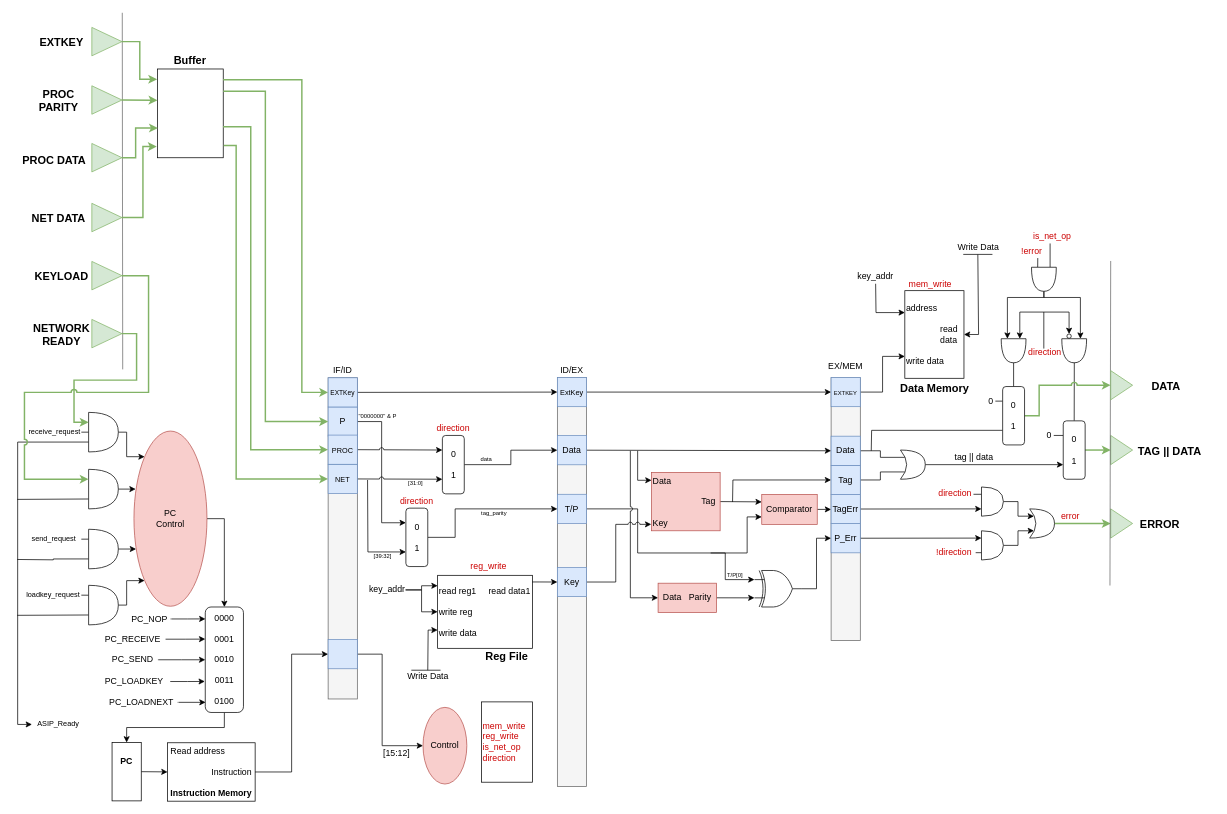
The draw.io diagram overall.drawio in featherbear/UNSW-COMP3211, before the edit. Source tidied: cells renumbered, new cells numbered last; positions are measured from the earlier drawing's top-left corner, leaving out a move shared by most shapes. Both pictures are drawn from the tidied source at 73%, with x=0, y=0 at pixel (17, 12).
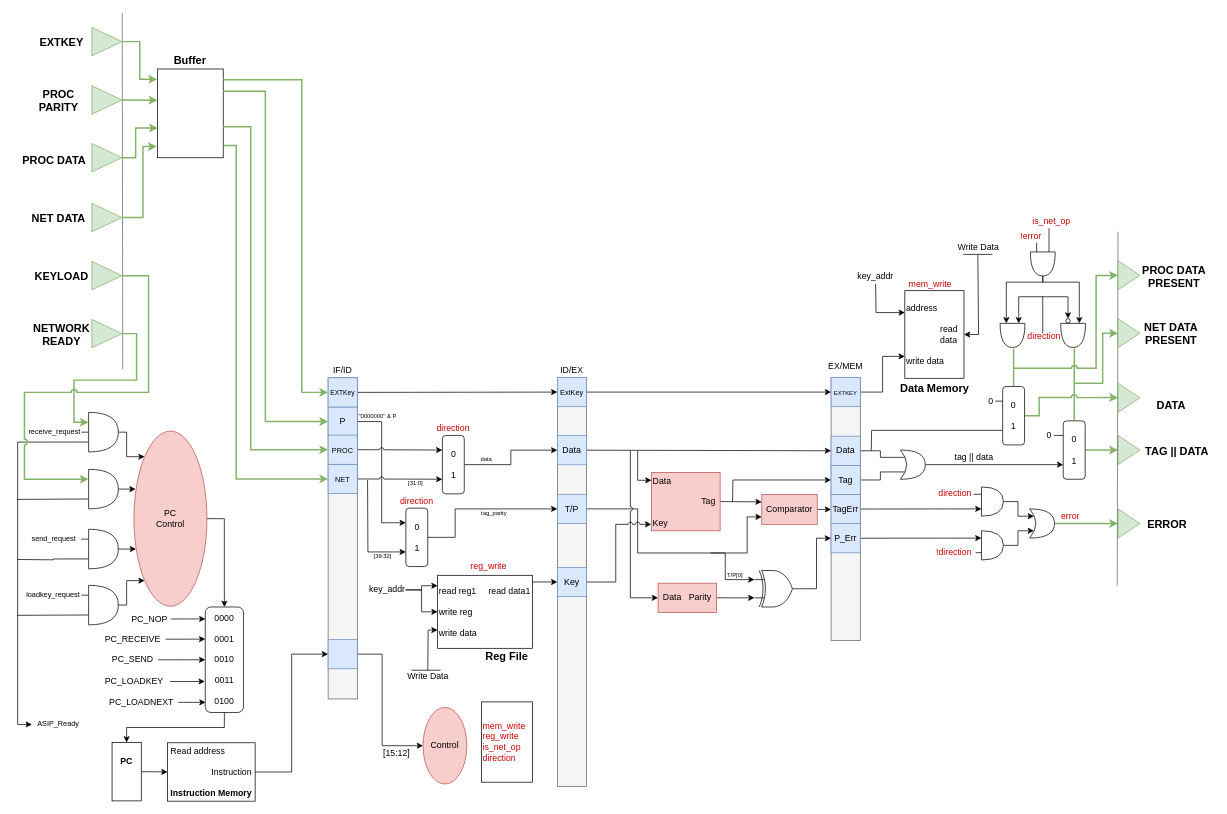
After the change.

Commit message:
pls let this be the last one

The change refers to these unchanged cells:
```xml
<mxCell id="67" value="&lt;div&gt;0&lt;/div&gt;&lt;div&gt;&lt;br&gt;&lt;/div&gt;&lt;div&gt;1&lt;/div&gt;" style="rounded=1;whiteSpace=wrap;html=1;align=center;" parent="1" vertex="1">
  <mxGeometry x="1433" y="559" width="30" height="80" as="geometry" />
</mxCell>
<mxCell id="176" value="&lt;div&gt;0&lt;/div&gt;&lt;div&gt;&lt;br&gt;&lt;/div&gt;&lt;div&gt;1&lt;/div&gt;" style="rounded=1;whiteSpace=wrap;html=1;align=center;" parent="1" vertex="1">
  <mxGeometry x="1350" y="512" width="30" height="80" as="geometry" />
</mxCell>
```

Change to the diagram source:
```diff
@@
     <mxCell id="25" value="&lt;font style=&quot;font-size: 15px&quot;&gt;&lt;b&gt;ERROR&lt;/b&gt;&lt;/font&gt;" style="text;html=1;strokeColor=none;fillColor=none;align=center;verticalAlign=middle;whiteSpace=wrap;rounded=0;" parent="1" vertex="1">
-      <mxGeometry x="1528" y="689.6" width="75" height="20" as="geometry" />
+      <mxGeometry x="1538" y="689.6" width="75" height="20" as="geometry" />
     </mxCell>
@@
     <mxCell id="58" style="triangle;whiteSpace=wrap;html=1;fillColor=#d5e8d4;strokeColor=#82b366;" parent="1" vertex="1">
-      <mxGeometry x="1498" y="579" width="30" height="40" as="geometry" />
+      <mxGeometry x="1508" y="579" width="30" height="40" as="geometry" />
     </mxCell>
     <mxCell id="59" style="triangle;whiteSpace=wrap;html=1;fillColor=#d5e8d4;strokeColor=#82b366;" parent="1" vertex="1">
-      <mxGeometry x="1498" y="679.6" width="30" height="40" as="geometry" />
+      <mxGeometry x="1508" y="679.6" width="30" height="40" as="geometry" />
     </mxCell>
     <mxCell id="60" value="&lt;b&gt;&lt;font style=&quot;font-size: 15px&quot;&gt;TAG || DATA&lt;/font&gt;&lt;/b&gt;" style="text;html=1;strokeColor=none;fillColor=none;align=center;verticalAlign=middle;whiteSpace=wrap;rounded=0;" parent="1" vertex="1">
-      <mxGeometry x="1528" y="585" width="102" height="30" as="geometry" />
+      <mxGeometry x="1538" y="585" width="102" height="30" as="geometry" />
     </mxCell>
@@
-    <mxCell id="66" style="edgeStyle=orthogonalEdgeStyle;rounded=0;jumpStyle=arc;jettySize=auto;html=1;exitX=0.5;exitY=0;exitDx=0;exitDy=0;startArrow=none;startFill=0;endArrow=none;endFill=0;strokeColor=#000000;strokeWidth=1;fontSize=8;" parent="1" edge="1" source="67">
+    <mxCell id="66" style="edgeStyle=orthogonalEdgeStyle;rounded=0;jumpStyle=arc;jettySize=auto;html=1;exitX=0.5;exitY=0;exitDx=0;exitDy=0;startArrow=none;startFill=0;endArrow=none;endFill=0;strokeColor=#82b366;strokeWidth=2;fontSize=8;fillColor=#d5e8d4;" parent="1" edge="1" source="67">
       <mxGeometry relative="1" as="geometry">
         <mxPoint x="1448.2" y="460" as="targetPoint" />
       </mxGeometry>
     </mxCell>
@@
     <mxCell id="68" value="&lt;font color=&quot;#cc0000&quot;&gt;!error&lt;br&gt;&lt;/font&gt;" style="text;html=1;strokeColor=none;fillColor=none;align=center;verticalAlign=middle;whiteSpace=wrap;rounded=0;" parent="1" vertex="1">
-      <mxGeometry x="1370" y="317.1" width="40" height="20" as="geometry" />
+      <mxGeometry x="1368.5" y="296.1" width="40" height="20" as="geometry" />
     </mxCell>
@@
     <mxCell id="74" style="endArrow=none;html=1;strokeWidth=1;fillColor=#f5f5f5;strokeColor=#666666;" parent="1" edge="1">
       <mxGeometry relative="1" as="geometry">
-        <mxPoint x="1497" y="784.6" as="sourcePoint" />
-        <mxPoint x="1498" y="340" as="targetPoint" />
+        <mxPoint x="1507" y="784.6" as="sourcePoint" />
+        <mxPoint x="1508" y="300" as="targetPoint" />
       </mxGeometry>
     </mxCell>
@@
     <mxCell id="168" value="&lt;font color=&quot;#cc0000&quot;&gt;is_net_op&lt;br&gt;&lt;/font&gt;" style="text;html=1;strokeColor=none;fillColor=none;align=center;verticalAlign=middle;whiteSpace=wrap;rounded=0;" parent="1" vertex="1">
-      <mxGeometry x="1398" y="297.1" width="40" height="20" as="geometry" />
+      <mxGeometry x="1396.5" y="276.1" width="40" height="20" as="geometry" />
     </mxCell>
@@
     <mxCell id="170" style="triangle;whiteSpace=wrap;html=1;fillColor=#d5e8d4;strokeColor=#82b366;" parent="1" vertex="1">
-      <mxGeometry x="1498" y="490.2" width="30" height="40" as="geometry" />
+      <mxGeometry x="1508" y="507.4" width="30" height="40" as="geometry" />
     </mxCell>
-    <mxCell id="171" value="&lt;b&gt;&lt;font style=&quot;font-size: 15px&quot;&gt;DATA&lt;/font&gt;&lt;/b&gt;" style="text;html=1;strokeColor=none;fillColor=none;align=center;verticalAlign=middle;whiteSpace=wrap;rounded=0;" parent="1" vertex="1">
-      <mxGeometry x="1523" y="495.7" width="102" height="30" as="geometry" />
+    <mxCell id="171" value="&lt;b&gt;&lt;font style=&quot;font-size: 15px&quot;&gt;NET DATA PRESENT&lt;/font&gt;&lt;/b&gt;" style="text;html=1;strokeColor=none;fillColor=none;align=center;verticalAlign=middle;whiteSpace=wrap;rounded=0;" parent="1" vertex="1">
+      <mxGeometry x="1530" y="424" width="102" height="30" as="geometry" />
     </mxCell>
@@
     <mxCell id="174" style="edgeStyle=orthogonalEdgeStyle;rounded=0;jumpStyle=arc;jettySize=auto;html=1;exitX=1;exitY=0.5;exitDx=0;exitDy=0;entryX=0;entryY=0.5;entryDx=0;entryDy=0;startArrow=none;startFill=0;endArrow=classic;endFill=1;strokeColor=#82b366;strokeWidth=2;fontSize=8;fillColor=#d5e8d4;" parent="1" edge="1" source="176" target="170">
       <mxGeometry relative="1" as="geometry">
         <Array as="points">
           <mxPoint x="1400" y="552" />
-          <mxPoint x="1400" y="510" />
+          <mxPoint x="1400" y="527" />
+          <mxPoint x="1498" y="527" />
         </Array>
       </mxGeometry>
     </mxCell>
-    <mxCell id="175" style="edgeStyle=orthogonalEdgeStyle;rounded=0;jumpStyle=arc;jettySize=auto;html=1;exitX=0.5;exitY=0;exitDx=0;exitDy=0;startArrow=none;startFill=0;endArrow=none;endFill=0;strokeColor=#000000;strokeWidth=1;fontSize=8;" parent="1" edge="1" source="176">
+    <mxCell id="175" style="edgeStyle=orthogonalEdgeStyle;rounded=0;jumpStyle=arc;jettySize=auto;html=1;exitX=0.5;exitY=0;exitDx=0;exitDy=0;startArrow=none;startFill=0;endArrow=none;endFill=0;strokeColor=#82b366;strokeWidth=2;fontSize=8;fillColor=#d5e8d4;" parent="1" edge="1" source="176">
       <mxGeometry relative="1" as="geometry">
         <mxPoint x="1365" y="460" as="targetPoint" />
       </mxGeometry>
     </mxCell>
@@
     <mxCell id="178" style="edgeStyle=orthogonalEdgeStyle;rounded=0;jumpStyle=arc;jettySize=auto;html=1;exitX=0;exitY=0.75;exitDx=0;exitDy=0;exitPerimeter=0;entryX=1;entryY=0.5;entryDx=0;entryDy=0;entryPerimeter=0;startArrow=classic;startFill=1;endArrow=none;endFill=0;strokeColor=#000000;strokeWidth=1;fontSize=8;" parent="1" edge="1" source="180" target="186">
       <mxGeometry relative="1" as="geometry">
         <Array as="points">
-          <mxPoint x="1356" y="390" />
-          <mxPoint x="1406" y="390" />
+          <mxPoint x="1354.5" y="369" />
+          <mxPoint x="1404.5" y="369" />
         </Array>
       </mxGeometry>
     </mxCell>
     <mxCell id="179" style="edgeStyle=orthogonalEdgeStyle;rounded=0;jumpStyle=arc;jettySize=auto;html=1;exitX=0;exitY=0.25;exitDx=0;exitDy=0;exitPerimeter=0;entryX=0.5;entryY=0;entryDx=0;entryDy=0;startArrow=classic;startFill=1;endArrow=classic;endFill=1;strokeColor=#000000;strokeWidth=1;fontSize=8;" parent="1" edge="1" source="180" target="182">
       <mxGeometry relative="1" as="geometry">
         <Array as="points">
-          <mxPoint x="1374" y="410" />
-          <mxPoint x="1441" y="410" />
+          <mxPoint x="1372.5" y="389" />
+          <mxPoint x="1439.5" y="389" />
         </Array>
       </mxGeometry>
     </mxCell>
     <mxCell id="180" style="shape=or;whiteSpace=wrap;html=1;strokeColor=#000000;fontSize=8;rotation=90;" parent="1" vertex="1">
-      <mxGeometry x="1348.5" y="446" width="33" height="34" as="geometry" />
+      <mxGeometry x="1347" y="425" width="33" height="34" as="geometry" />
     </mxCell>
     <mxCell id="181" style="shape=or;whiteSpace=wrap;html=1;strokeColor=#000000;fontSize=8;rotation=90;" parent="1" vertex="1">
-      <mxGeometry x="1431.5" y="446" width="33" height="34" as="geometry" />
+      <mxGeometry x="1430" y="425" width="33" height="34" as="geometry" />
     </mxCell>
     <mxCell id="182" style="ellipse;whiteSpace=wrap;html=1;strokeColor=#000000;fontSize=8;" parent="1" vertex="1">
-      <mxGeometry x="1438" y="440" width="6" height="6" as="geometry" />
+      <mxGeometry x="1436.5" y="419" width="6" height="6" as="geometry" />
     </mxCell>
     <mxCell id="183" style="edgeStyle=orthogonalEdgeStyle;rounded=0;jumpStyle=arc;jettySize=auto;html=1;exitX=0;exitY=0.75;exitDx=0;exitDy=0;exitPerimeter=0;startArrow=none;startFill=0;endArrow=none;endFill=0;strokeColor=#000000;strokeWidth=1;fontSize=8;" parent="1" edge="1" source="186">
       <mxGeometry relative="1" as="geometry">
-        <mxPoint x="1398.1" y="336" as="targetPoint" />
+        <mxPoint x="1396.6" y="315" as="targetPoint" />
       </mxGeometry>
     </mxCell>
     <mxCell id="184" style="edgeStyle=orthogonalEdgeStyle;rounded=0;jumpStyle=arc;jettySize=auto;html=1;exitX=0;exitY=0.25;exitDx=0;exitDy=0;exitPerimeter=0;startArrow=none;startFill=0;endArrow=none;endFill=0;strokeColor=#000000;strokeWidth=1;fontSize=8;" parent="1" edge="1" source="186">
       <mxGeometry relative="1" as="geometry">
-        <mxPoint x="1415" y="316" as="targetPoint" />
+        <mxPoint x="1413.5" y="295" as="targetPoint" />
       </mxGeometry>
     </mxCell>
     <mxCell id="185" style="edgeStyle=orthogonalEdgeStyle;rounded=0;jumpStyle=arc;jettySize=auto;html=1;exitX=1;exitY=0.5;exitDx=0;exitDy=0;exitPerimeter=0;entryX=0;entryY=0.25;entryDx=0;entryDy=0;entryPerimeter=0;startArrow=none;startFill=0;endArrow=classic;endFill=1;strokeColor=#000000;strokeWidth=1;fontSize=8;" parent="1" edge="1" source="186" target="181">
       <mxGeometry relative="1" as="geometry">
         <Array as="points">
-          <mxPoint x="1406" y="390" />
-          <mxPoint x="1456" y="390" />
+          <mxPoint x="1404.5" y="369" />
+          <mxPoint x="1454.5" y="369" />
         </Array>
       </mxGeometry>
     </mxCell>
     <mxCell id="186" style="shape=or;whiteSpace=wrap;html=1;strokeColor=#000000;fontSize=8;rotation=90;" parent="1" vertex="1">
-      <mxGeometry x="1390" y="348.1" width="33" height="34" as="geometry" />
+      <mxGeometry x="1388.5" y="327.1" width="33" height="34" as="geometry" />
     </mxCell>
     <mxCell id="187" style="endArrow=none;html=1;strokeColor=#000000;strokeWidth=1;fontSize=8;" parent="1" edge="1">
       <mxGeometry relative="1" as="geometry">
-        <mxPoint x="1406.4" y="460" as="sourcePoint" />
-        <mxPoint x="1406.4" y="410" as="targetPoint" />
+        <mxPoint x="1404.9" y="439" as="sourcePoint" />
+        <mxPoint x="1404.9" y="389" as="targetPoint" />
       </mxGeometry>
     </mxCell>
     <mxCell id="188" value="&lt;font color=&quot;#cc0000&quot;&gt;direction&lt;/font&gt;" style="text;html=1;strokeColor=none;fillColor=none;align=center;verticalAlign=middle;whiteSpace=wrap;rounded=0;" parent="1" vertex="1">
-      <mxGeometry x="1383" y="455" width="50" height="20" as="geometry" />
+      <mxGeometry x="1381.5" y="434" width="50" height="20" as="geometry" />
     </mxCell>
+    <mxCell id="189" style="edgeStyle=orthogonalEdgeStyle;rounded=0;jumpStyle=arc;jettySize=auto;html=1;startArrow=none;startFill=0;endArrow=classic;endFill=1;strokeColor=#82b366;strokeWidth=2;fontSize=8;fillColor=#d5e8d4;entryX=0;entryY=0.5;entryDx=0;entryDy=0;" parent="1" edge="1" target="190">
+      <mxGeometry relative="1" as="geometry">
+        <mxPoint x="1365" y="487" as="sourcePoint" />
+        <Array as="points">
+          <mxPoint x="1478" y="487" />
+          <mxPoint x="1478" y="360" />
+          <mxPoint x="1496" y="360" />
+        </Array>
+      </mxGeometry>
+    </mxCell>
+    <mxCell id="190" style="triangle;whiteSpace=wrap;html=1;fillColor=#d5e8d4;strokeColor=#82b366;" parent="1" vertex="1">
+      <mxGeometry x="1508" y="339.6" width="30" height="40" as="geometry" />
+    </mxCell>
+    <mxCell id="191" style="triangle;whiteSpace=wrap;html=1;fillColor=#d5e8d4;strokeColor=#82b366;" parent="1" vertex="1">
+      <mxGeometry x="1508" y="419" width="30" height="40" as="geometry" />
+    </mxCell>
+    <mxCell id="192" style="edgeStyle=orthogonalEdgeStyle;rounded=0;jumpStyle=arc;jettySize=auto;html=1;startArrow=none;startFill=0;endArrow=classic;endFill=1;strokeColor=#82b366;strokeWidth=2;fontSize=8;fillColor=#d5e8d4;entryX=0;entryY=0.5;entryDx=0;entryDy=0;" parent="1" edge="1" target="191">
+      <mxGeometry relative="1" as="geometry">
+        <mxPoint x="1447.5" y="507.4" as="sourcePoint" />
+        <Array as="points">
+          <mxPoint x="1487" y="507" />
+          <mxPoint x="1487" y="439" />
+        </Array>
+      </mxGeometry>
+    </mxCell>
+    <mxCell id="193" value="&lt;b&gt;&lt;font style=&quot;font-size: 15px&quot;&gt;DATA&lt;/font&gt;&lt;/b&gt;" style="text;html=1;strokeColor=none;fillColor=none;align=center;verticalAlign=middle;whiteSpace=wrap;rounded=0;" parent="1" vertex="1">
+      <mxGeometry x="1530" y="522.4" width="102" height="30" as="geometry" />
+    </mxCell>
+    <mxCell id="194" value="&lt;b&gt;&lt;font style=&quot;font-size: 15px&quot;&gt;PROC DATA PRESENT&lt;/font&gt;&lt;/b&gt;" style="text;html=1;strokeColor=none;fillColor=none;align=center;verticalAlign=middle;whiteSpace=wrap;rounded=0;" parent="1" vertex="1">
+      <mxGeometry x="1534" y="346.2" width="102" height="30" as="geometry" />
+    </mxCell>
```
